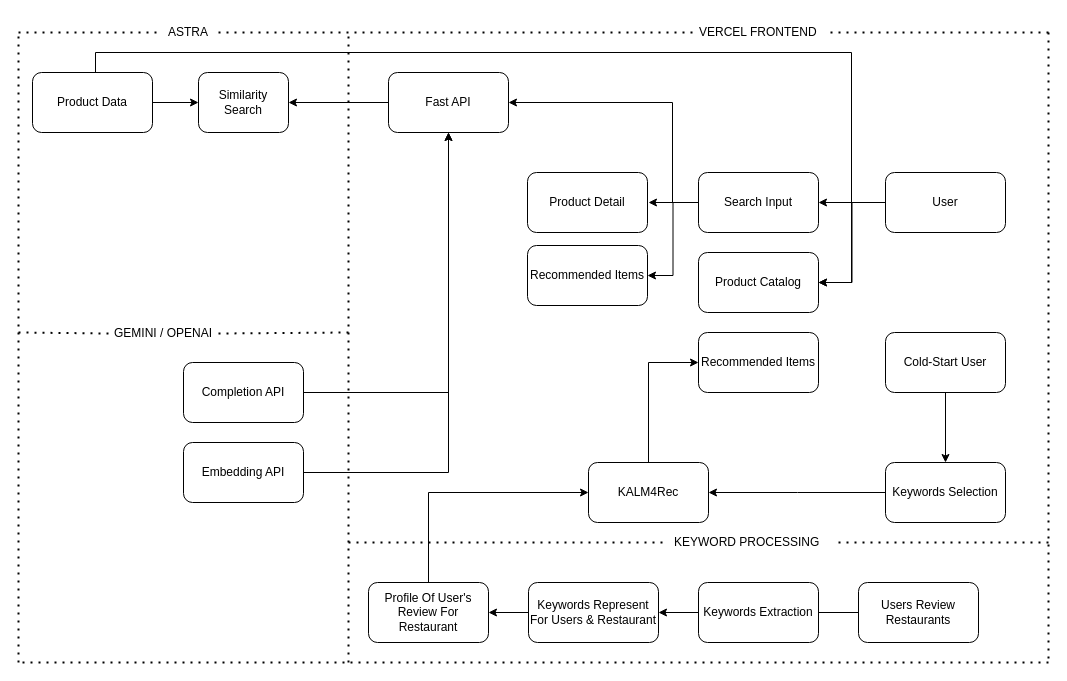
The draw.io diagram Untitled Diagram.drawio in Mancupfire/KALM4Rec_DemoDesign, before the edit. Source tidied: cells renumbered, new cells numbered last; positions are measured from the earlier drawing's top-left corner, leaving out a move shared by most shapes. Both pictures are drawn from the tidied source at 100%, with x=0, y=0 at pixel (18, 17).
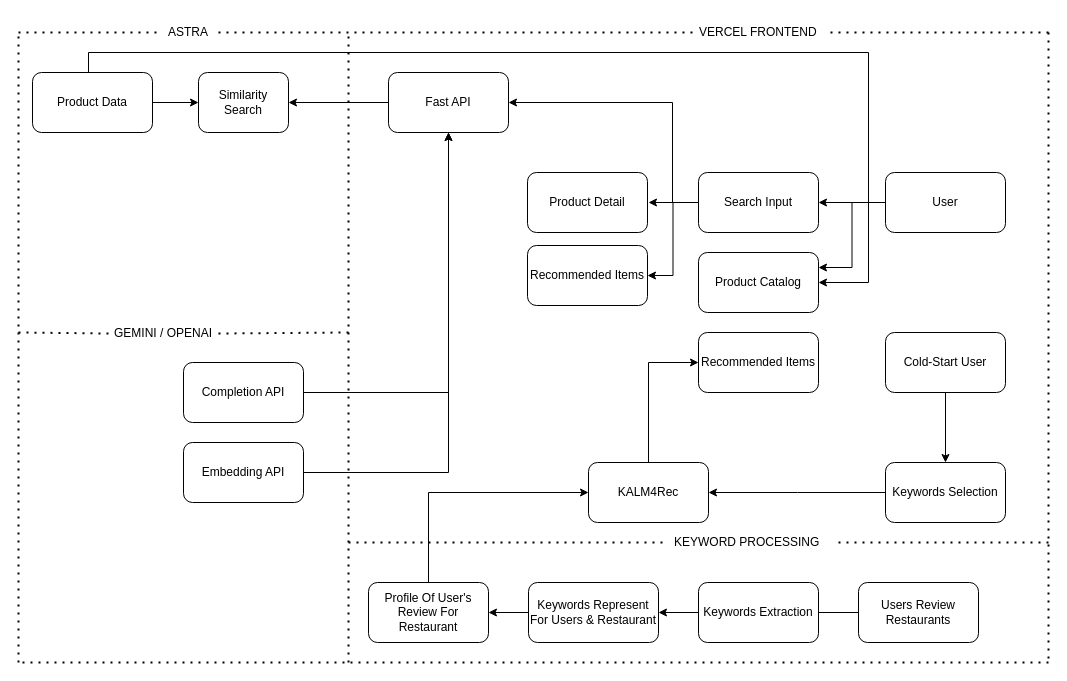
After the change.

Unchanged cells that the change refers to:
```xml
<mxCell id="4" value="User" style="rounded=1;whiteSpace=wrap;html=1;" parent="1" vertex="1">
  <mxGeometry x="867" y="155" width="120" height="60" as="geometry" />
</mxCell>
<mxCell id="23" value="Product Catalog" style="rounded=1;whiteSpace=wrap;html=1;" parent="1" vertex="1">
  <mxGeometry x="680" y="235" width="120" height="60" as="geometry" />
</mxCell>
```

The edit, as a diff of the source:
```diff
@@
-    <mxCell id="3" style="edgeStyle=orthogonalEdgeStyle;rounded=0;jettySize=auto;html=1;entryX=1;entryY=0.5;entryDx=0;entryDy=0;" parent="1" edge="1" source="4" target="23">
+    <mxCell id="3" style="edgeStyle=orthogonalEdgeStyle;rounded=0;jettySize=auto;html=1;entryX=1;entryY=0.25;entryDx=0;entryDy=0;" parent="1" edge="1" source="4" target="23">
       <mxGeometry relative="1" as="geometry" />
     </mxCell>
@@
-    <mxCell id="31" style="edgeStyle=orthogonalEdgeStyle;rounded=0;orthogonalLoop=1;jettySize=auto;html=1;exitX=0.5;exitY=0;exitDx=0;exitDy=0;" parent="1" edge="1">
+    <mxCell id="31" style="edgeStyle=orthogonalEdgeStyle;rounded=0;orthogonalLoop=1;jettySize=auto;html=1;exitX=0.5;exitY=0;exitDx=0;exitDy=0;entryX=1;entryY=0.333;entryDx=0;entryDy=0;entryPerimeter=0;" parent="1" edge="1">
       <mxGeometry relative="1" as="geometry">
-        <mxPoint x="77" y="55" as="sourcePoint" />
+        <mxPoint x="74" y="65" as="sourcePoint" />
         <mxPoint x="800" y="265" as="targetPoint" />
         <Array as="points">
-          <mxPoint x="77" y="35" />
-          <mxPoint x="833" y="35" />
-          <mxPoint x="833" y="265" />
+          <mxPoint x="70" y="65" />
+          <mxPoint x="70" y="35" />
+          <mxPoint x="850" y="35" />
+          <mxPoint x="850" y="265" />
         </Array>
       </mxGeometry>
     </mxCell>
```
